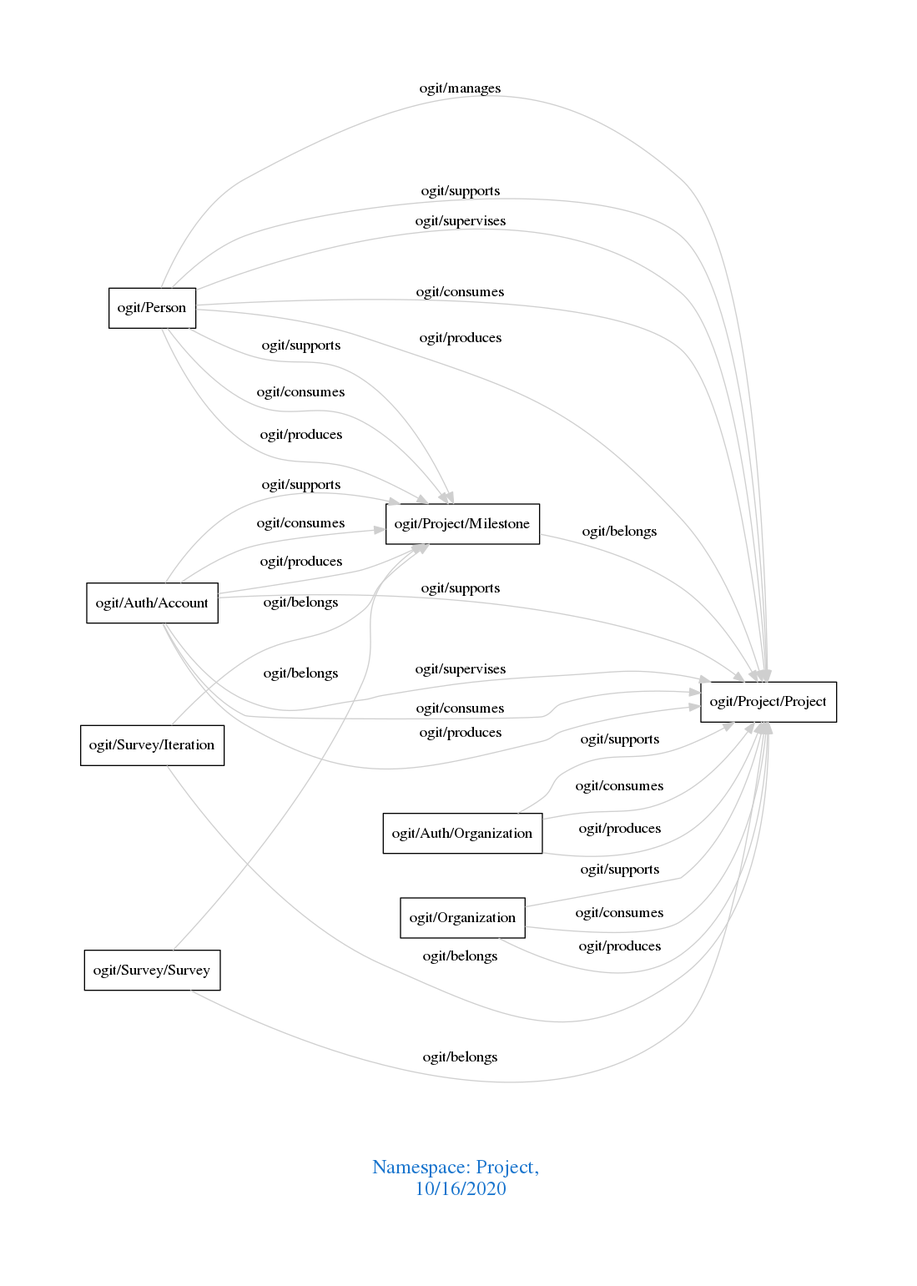
Before: downloads/Project.png, a diagram exported from Graphviz (arago/OGIT). Its source is kept beside it as downloads/Project.dot.
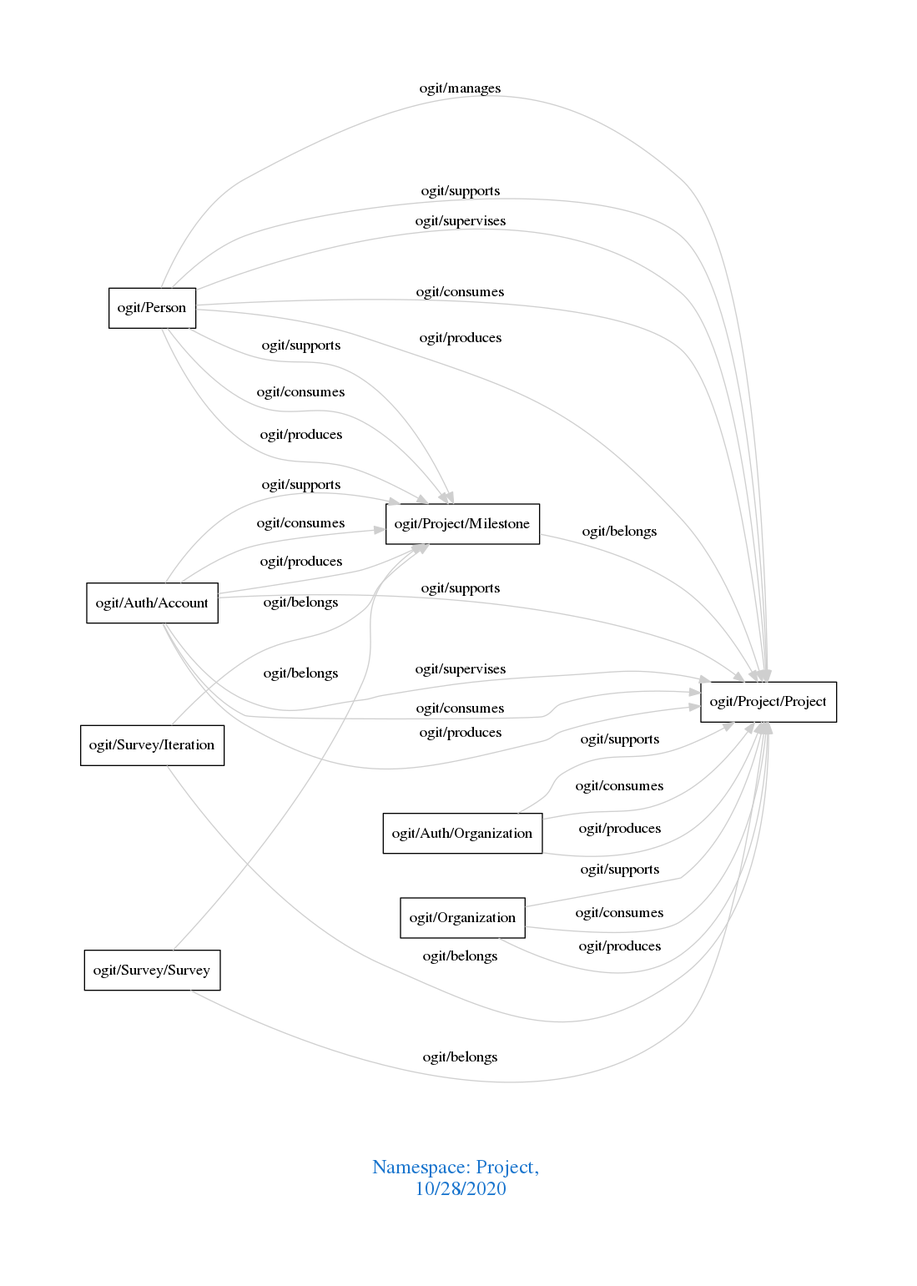
Later version of the same file.

Diff of the diagram source:
```diff
@@ -1,7 +1,7 @@
 digraph OGIT_ontology {
  graph [ rankdir= LR,pad=1
 fontsize = 18,
-fontcolor= dodgerblue3,label = "\n\n\nNamespace: Project, \n 10/16/2020"];
+fontcolor= dodgerblue3,label = "\n\n\nNamespace: Project, \n 10/28/2020"];
 node[shape=polygon];
 edge [  color="gray81"];
 
```
